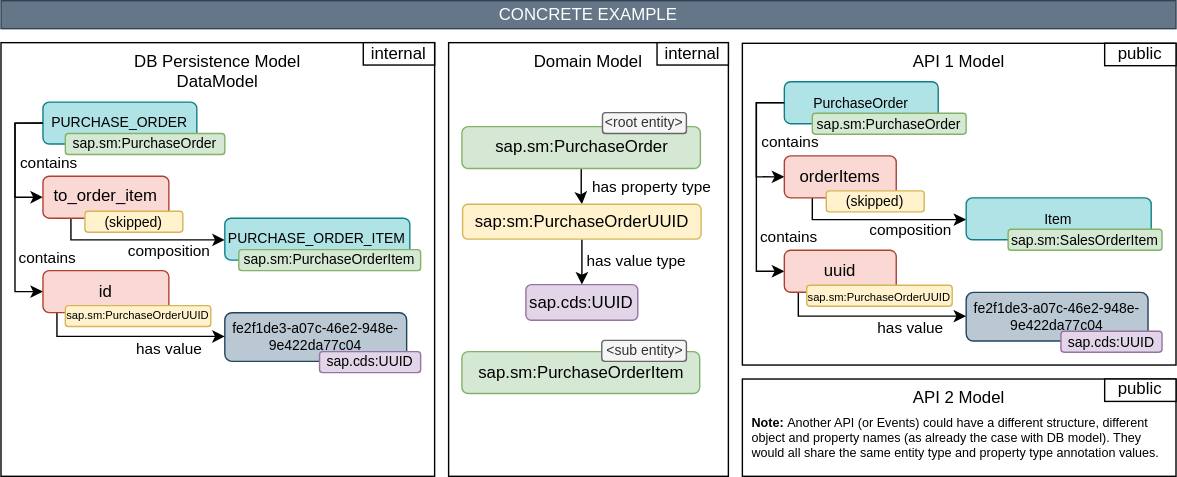
Before: static/img/er-concrete-example.drawio.svg, a diagram exported from draw.io (SAP/csn-interop-specification). Source tidied: cells renumbered, new cells last; positions are measured from the earlier drawing's top-left corner, leaving out a move shared by most shapes.
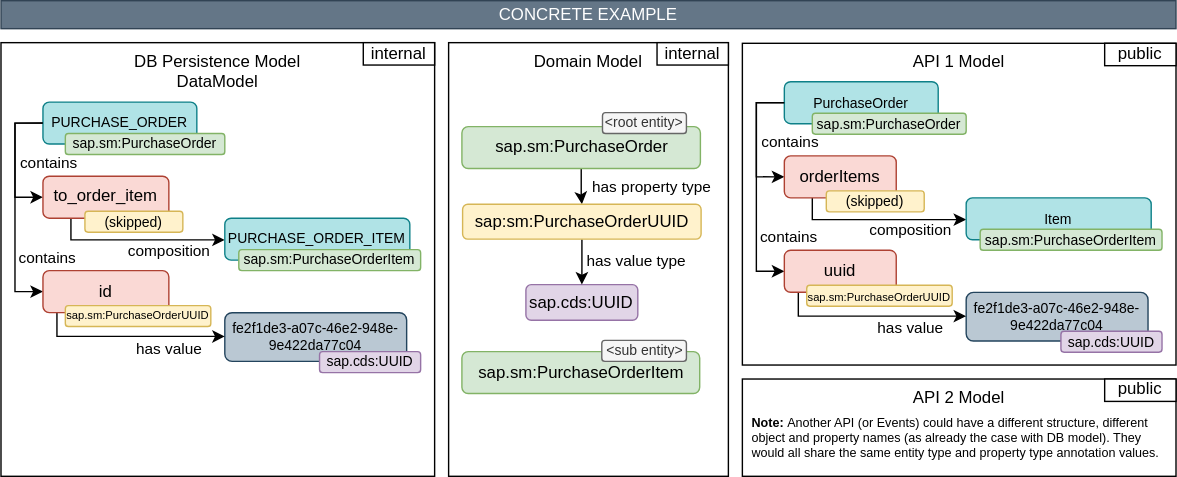
After the change.

Commit message:
Fix ER Concrete example diagram PurchaseOrderItem (#145)

The edit, as a diff of the source:
```diff
@@ -205,8 +205,8 @@
     <mxCell id="50" value="sap.sm:PurchaseOrder" style="rounded=1;whiteSpace=wrap;html=1;fillColor=#d5e8d4;strokeColor=#82b366;fontSize=10;" parent="1" vertex="1">
       <mxGeometry x="580" y="80.4" width="110" height="15" as="geometry" />
     </mxCell>
-    <mxCell id="51" value="sap.sm:SalesOrderItem" style="rounded=1;whiteSpace=wrap;html=1;fillColor=#d5e8d4;strokeColor=#82b366;fontSize=10;" parent="1" vertex="1">
-      <mxGeometry x="720" y="163.4" width="110" height="15" as="geometry" />
+    <mxCell id="51" value="sap.sm:PurchaseOrderItem" style="rounded=1;whiteSpace=wrap;html=1;fillColor=#d5e8d4;strokeColor=#82b366;fontSize=10;" parent="1" vertex="1">
+      <mxGeometry x="700" y="163.4" width="130" height="15" as="geometry" />
     </mxCell>
     <mxCell id="52" value="API 2 Model" style="rounded=0;whiteSpace=wrap;html=1;verticalAlign=top;" parent="1" vertex="1">
       <mxGeometry x="530" y="270.5" width="310" height="69.5" as="geometry" />
```
